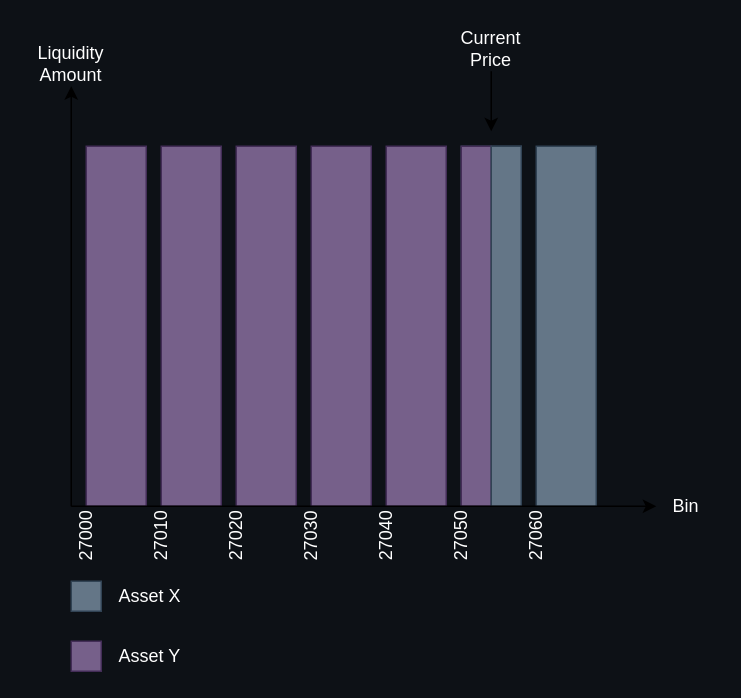
radixdlt/Ignition keeps this draw.io diagram as page "price-increase" (2 of 2) of diagrams/caviarnine.drawio. Above is the earlier version. Source tidied: cells renumbered, new cells numbered last; positions are measured from the earlier drawing's top-left corner, leaving out a move shared by most shapes. Both pictures are drawn from the tidied source at 150%, with x=0, y=0 at pixel (26, 26).
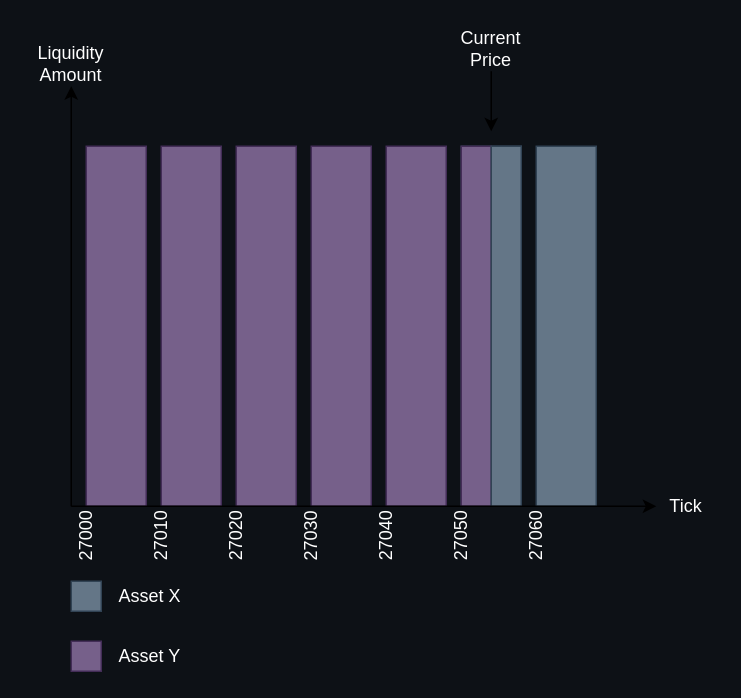
After the change.

Commit message (it also covers changes not shown here):
[Diagrams]: Update diagrams to use "Tick" instead of "Bin"

Diff of the diagram source:
```diff
@@
-    <mxCell id="11" value="Bin" style="text;html=1;strokeColor=none;fillColor=none;align=center;verticalAlign=middle;whiteSpace=wrap;rounded=0;fontFamily=Iosevka;fontColor=#FFFFFF;" parent="1" vertex="1">
+    <mxCell id="11" value="Tick" style="text;html=1;strokeColor=none;fillColor=none;align=center;verticalAlign=middle;whiteSpace=wrap;rounded=0;fontFamily=Iosevka;fontColor=#FFFFFF;" parent="1" vertex="1">
       <mxGeometry x="420" y="300" width="40" height="40" as="geometry" />
     </mxCell>
```
